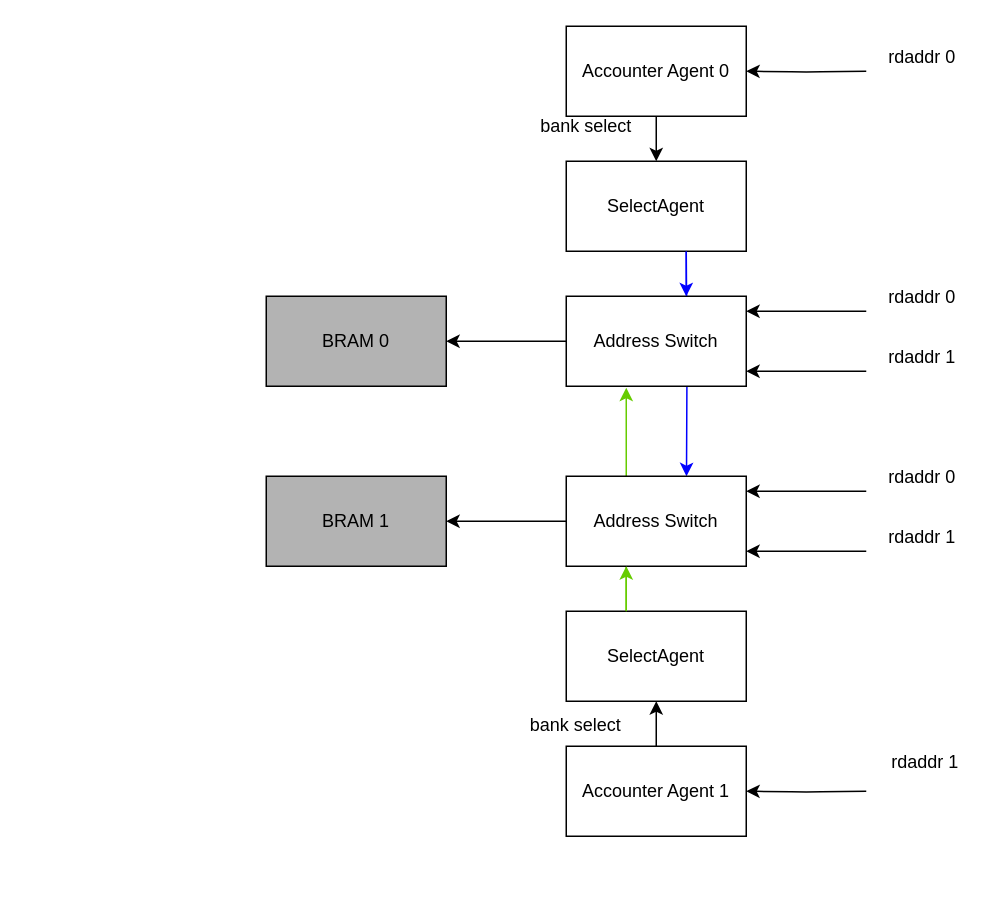
The draw.io diagram page "read switch" (2 of 2) of doc/figures.drawio in dpretet/meduram, before the edit. Source tidied: cells renumbered, new cells numbered last; positions are measured from the earlier drawing's top-left corner, leaving out a move shared by most shapes. Both pictures are drawn from the tidied source at 150%, with x=0, y=0 at pixel (266, 26).
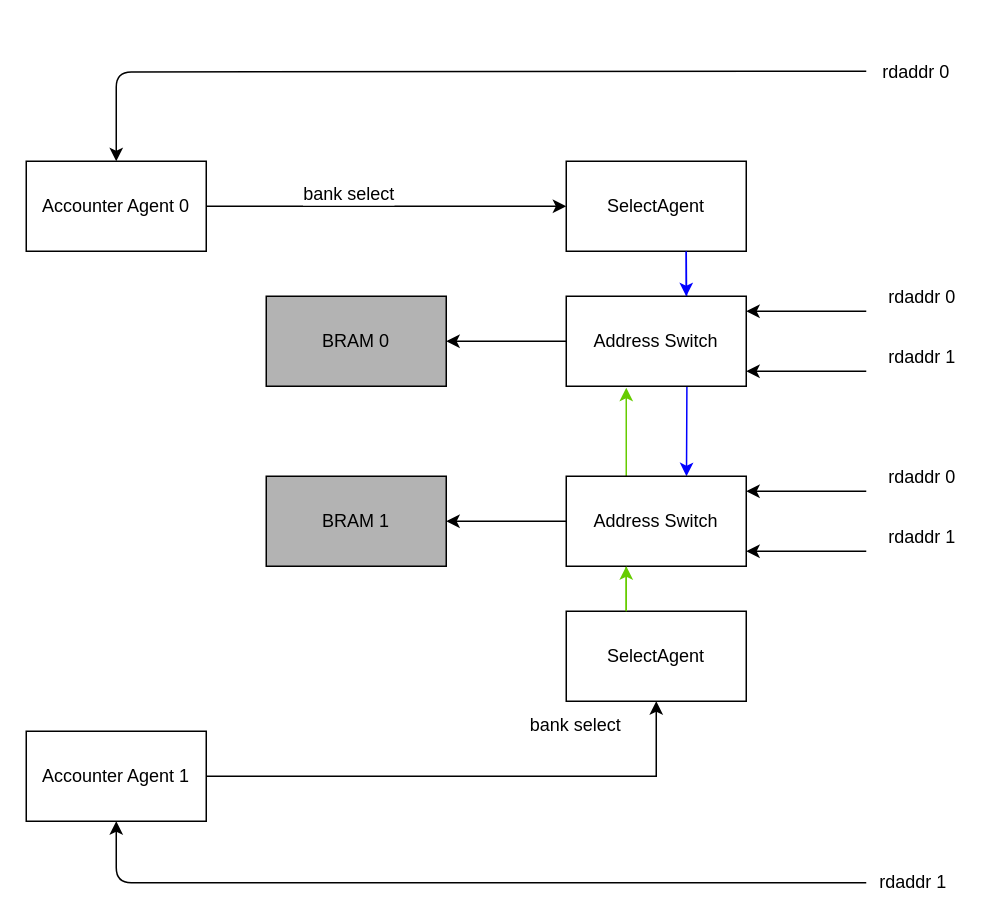
The same page after the edit.

Unchanged cells that the change refers to:
```xml
<mxCell id="7" value="SelectAgent" style="rounded=0;whiteSpace=wrap;html=1;" parent="1" vertex="1">
  <mxGeometry x="200" y="90" width="120" height="60" as="geometry" />
</mxCell>
<mxCell id="16" value="SelectAgent" style="rounded=0;whiteSpace=wrap;html=1;" parent="1" vertex="1">
  <mxGeometry x="200" y="390" width="120" height="60" as="geometry" />
</mxCell>
```

Change to the diagram source:
```diff
@@
-    <mxCell id="4" style="edgeStyle=orthogonalEdgeStyle;rounded=0;jettySize=auto;html=1;exitX=0.5;exitY=1;exitDx=0;exitDy=0;" parent="1" edge="1" source="6" target="7">
+    <mxCell id="4" style="edgeStyle=orthogonalEdgeStyle;rounded=0;jettySize=auto;html=1;exitX=1;exitY=0.5;exitDx=0;exitDy=0;" parent="1" edge="1" source="6" target="7">
       <mxGeometry relative="1" as="geometry" />
     </mxCell>
@@
     <mxCell id="6" value="Accounter Agent 0" style="rounded=0;whiteSpace=wrap;html=1;" parent="1" vertex="1">
-      <mxGeometry x="200" width="120" height="60" as="geometry" />
+      <mxGeometry x="-160" y="90" width="120" height="60" as="geometry" />
     </mxCell>
@@
-    <mxCell id="8" style="endArrow=classic;html=1;entryX=1;entryY=0.5;entryDx=0;entryDy=0;edgeStyle=orthogonalEdgeStyle;" parent="1" edge="1" target="6">
+    <mxCell id="8" style="endArrow=classic;html=1;entryX=0.5;entryY=0;entryDx=0;entryDy=0;edgeStyle=orthogonalEdgeStyle;" parent="1" edge="1" target="6">
       <mxGeometry relative="1" as="geometry">
         <mxPoint x="400" y="30" as="sourcePoint" />
       </mxGeometry>
     </mxCell>
     <mxCell id="9" value="rdaddr 0" style="text;html=1;align=center;verticalAlign=middle;labelBackgroundColor=#ffffff;" parent="8" vertex="1">
       <mxGeometry x="-0.22" relative="1" as="geometry">
-        <mxPoint x="67" y="-10" as="offset" />
+        <mxPoint x="250" as="offset" />
       </mxGeometry>
     </mxCell>
@@
-    <mxCell id="14" style="edgeStyle=orthogonalEdgeStyle;rounded=0;jettySize=auto;html=1;exitX=0.5;exitY=0;exitDx=0;exitDy=0;entryX=0.5;entryY=1;entryDx=0;entryDy=0;" parent="1" edge="1" source="15" target="16">
+    <mxCell id="14" style="edgeStyle=orthogonalEdgeStyle;rounded=0;jettySize=auto;html=1;exitX=1;exitY=0.5;exitDx=0;exitDy=0;entryX=0.5;entryY=1;entryDx=0;entryDy=0;" parent="1" edge="1" source="15" target="16">
       <mxGeometry relative="1" as="geometry" />
     </mxCell>
     <mxCell id="15" value="Accounter Agent 1" style="rounded=0;whiteSpace=wrap;html=1;" parent="1" vertex="1">
-      <mxGeometry x="200" y="480" width="120" height="60" as="geometry" />
+      <mxGeometry x="-160" y="470" width="120" height="60" as="geometry" />
     </mxCell>
@@
-    <mxCell id="17" style="endArrow=classic;html=1;entryX=1;entryY=0.5;entryDx=0;entryDy=0;edgeStyle=orthogonalEdgeStyle;" parent="1" edge="1" target="15">
+    <mxCell id="17" style="endArrow=classic;html=1;entryX=0.5;entryY=1;entryDx=0;entryDy=0;edgeStyle=orthogonalEdgeStyle;" parent="1" edge="1" target="15">
       <mxGeometry relative="1" as="geometry">
-        <mxPoint x="400" y="510" as="sourcePoint" />
+        <mxPoint x="400" y="571" as="sourcePoint" />
+        <Array as="points">
+          <mxPoint x="400" y="571" />
+          <mxPoint x="-100" y="571" />
+        </Array>
       </mxGeometry>
     </mxCell>
     <mxCell id="18" value="rdaddr 1" style="text;html=1;align=center;verticalAlign=middle;labelBackgroundColor=#ffffff;" parent="17" vertex="1">
       <mxGeometry x="-0.22" relative="1" as="geometry">
-        <mxPoint x="69" y="-20" as="offset" />
+        <mxPoint x="241.5" y="-0.5" as="offset" />
       </mxGeometry>
     </mxCell>
```
